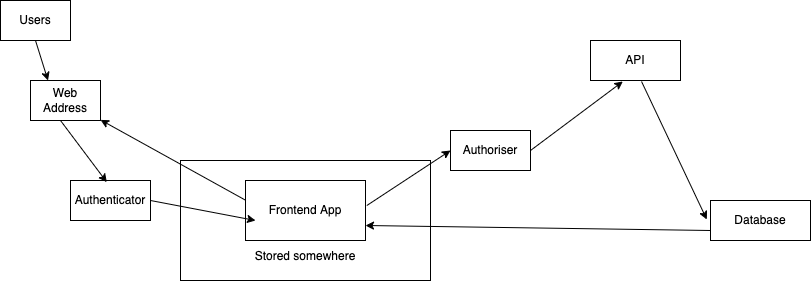
Before: img/react-to-full-stack/react-to-full-stack-basic-architecture.png, a diagram exported from draw.io (MechanicalRock/mechanicalrock.github.io). Source tidied: cells renumbered, new cells last; positions are measured from the earlier drawing's top-left corner, leaving out a move shared by most shapes. The source it was exported from:
```xml
<mxGraphModel>
  <root>
    <mxCell id="0" />
    <mxCell id="1" parent="0" />
    <mxCell id="2" value="Database" style="rounded=0;whiteSpace=wrap;html=1;" parent="1" vertex="1">
      <mxGeometry x="710" y="200" width="100" height="40" as="geometry" />
    </mxCell>
    <mxCell id="3" value="API" style="rounded=0;whiteSpace=wrap;html=1;" parent="1" vertex="1">
      <mxGeometry x="590" y="40" width="90" height="40" as="geometry" />
    </mxCell>
    <mxCell id="4" value="Users" style="rounded=0;whiteSpace=wrap;html=1;" parent="1" vertex="1">
      <mxGeometry width="70" height="40" as="geometry" />
    </mxCell>
    <mxCell id="5" value="&lt;br&gt;&lt;br&gt;&lt;br&gt;&lt;br&gt;&lt;br&gt;Stored somewhere" style="rounded=0;whiteSpace=wrap;html=1;" parent="1" vertex="1">
      <mxGeometry x="180" y="160" width="250" height="120" as="geometry" />
    </mxCell>
    <mxCell id="6" value="Frontend App" style="rounded=0;whiteSpace=wrap;html=1;" parent="1" vertex="1">
      <mxGeometry x="245" y="180" width="120" height="60" as="geometry" />
    </mxCell>
    <mxCell id="7" value="Authenticator" style="rounded=0;whiteSpace=wrap;html=1;" parent="1" vertex="1">
      <mxGeometry x="70" y="180" width="80" height="40" as="geometry" />
    </mxCell>
    <mxCell id="8" value="Authoriser" style="rounded=0;whiteSpace=wrap;html=1;" parent="1" vertex="1">
      <mxGeometry x="450" y="130" width="80" height="40" as="geometry" />
    </mxCell>
    <mxCell id="9" style="endArrow=classic;html=1;rounded=0;exitX=0.5;exitY=1;exitDx=0;exitDy=0;entryX=0.25;entryY=0;entryDx=0;entryDy=0;" parent="1" edge="1" source="4" target="15">
      <mxGeometry relative="1" as="geometry" />
    </mxCell>
    <mxCell id="10" style="endArrow=classic;html=1;rounded=0;exitX=0;exitY=0.328;exitDx=0;exitDy=0;exitPerimeter=0;" parent="1" edge="1" source="6" target="15">
      <mxGeometry relative="1" as="geometry" />
    </mxCell>
    <mxCell id="11" style="endArrow=classic;html=1;rounded=0;exitX=1.011;exitY=0.417;exitDx=0;exitDy=0;entryX=0;entryY=0.5;entryDx=0;entryDy=0;exitPerimeter=0;" parent="1" edge="1" source="6" target="8">
      <mxGeometry relative="1" as="geometry" />
    </mxCell>
    <mxCell id="12" style="endArrow=classic;html=1;rounded=0;exitX=1;exitY=0.5;exitDx=0;exitDy=0;entryX=0.359;entryY=1.025;entryDx=0;entryDy=0;entryPerimeter=0;" parent="1" edge="1" source="8" target="3">
      <mxGeometry relative="1" as="geometry" />
    </mxCell>
    <mxCell id="13" style="endArrow=classic;html=1;rounded=0;exitX=0.567;exitY=1.025;exitDx=0;exitDy=0;entryX=-0.037;entryY=0.475;entryDx=0;entryDy=0;entryPerimeter=0;exitPerimeter=0;" parent="1" edge="1" source="3" target="2">
      <mxGeometry relative="1" as="geometry" />
    </mxCell>
    <mxCell id="14" style="endArrow=classic;html=1;rounded=0;exitX=0;exitY=0.75;exitDx=0;exitDy=0;entryX=1;entryY=0.75;entryDx=0;entryDy=0;" parent="1" edge="1" source="2" target="6">
      <mxGeometry relative="1" as="geometry" />
    </mxCell>
    <mxCell id="15" value="Web Address" style="rounded=0;whiteSpace=wrap;html=1;" parent="1" vertex="1">
      <mxGeometry x="30" y="80" width="70" height="40" as="geometry" />
    </mxCell>
    <mxCell id="16" style="endArrow=classic;html=1;rounded=0;exitX=0.5;exitY=1;exitDx=0;exitDy=0;entryX=0.454;entryY=0.042;entryDx=0;entryDy=0;entryPerimeter=0;" parent="1" edge="1" target="7">
      <mxGeometry relative="1" as="geometry">
        <mxPoint x="60" y="120" as="sourcePoint" />
      </mxGeometry>
    </mxCell>
    <mxCell id="17" style="endArrow=classic;html=1;rounded=0;exitX=1;exitY=0.5;exitDx=0;exitDy=0;entryX=0;entryY=0.5;entryDx=0;entryDy=0;" parent="1" edge="1" source="7">
      <mxGeometry relative="1" as="geometry">
        <mxPoint x="255" y="220" as="targetPoint" />
      </mxGeometry>
    </mxCell>
  </root>
</mxGraphModel>
```
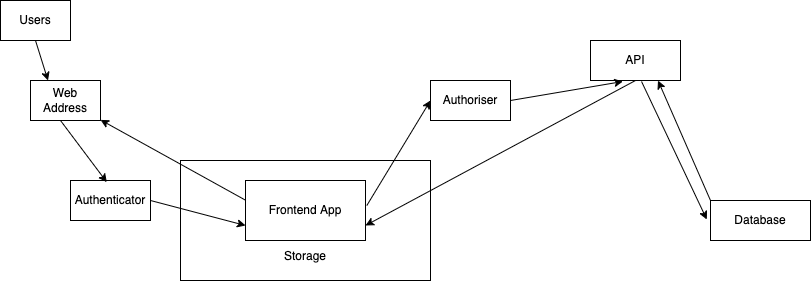
The same file after the commit.

Change to the diagram source:
```diff
@@ -11,7 +11,7 @@
     <mxCell id="4" value="Users" style="rounded=0;whiteSpace=wrap;html=1;" parent="1" vertex="1">
       <mxGeometry width="70" height="40" as="geometry" />
     </mxCell>
-    <mxCell id="5" value="&lt;br&gt;&lt;br&gt;&lt;br&gt;&lt;br&gt;&lt;br&gt;Stored somewhere" style="rounded=0;whiteSpace=wrap;html=1;" parent="1" vertex="1">
+    <mxCell id="5" value="&lt;br&gt;&lt;br&gt;&lt;br&gt;&lt;br&gt;&lt;br&gt;Storage" style="rounded=0;whiteSpace=wrap;html=1;" parent="1" vertex="1">
       <mxGeometry x="180" y="160" width="250" height="120" as="geometry" />
     </mxCell>
     <mxCell id="6" value="Frontend App" style="rounded=0;whiteSpace=wrap;html=1;" parent="1" vertex="1">
@@ -20,9 +20,6 @@
     <mxCell id="7" value="Authenticator" style="rounded=0;whiteSpace=wrap;html=1;" parent="1" vertex="1">
       <mxGeometry x="70" y="180" width="80" height="40" as="geometry" />
     </mxCell>
-    <mxCell id="8" value="Authoriser" style="rounded=0;whiteSpace=wrap;html=1;" parent="1" vertex="1">
-      <mxGeometry x="450" y="130" width="80" height="40" as="geometry" />
-    </mxCell>
     <mxCell id="9" style="endArrow=classic;html=1;rounded=0;exitX=0.5;exitY=1;exitDx=0;exitDy=0;entryX=0.25;entryY=0;entryDx=0;entryDy=0;" parent="1" edge="1" source="4" target="15">
       <mxGeometry relative="1" as="geometry" />
     </mxCell>
@@ -38,7 +35,7 @@
     <mxCell id="13" style="endArrow=classic;html=1;rounded=0;exitX=0.567;exitY=1.025;exitDx=0;exitDy=0;entryX=-0.037;entryY=0.475;entryDx=0;entryDy=0;entryPerimeter=0;exitPerimeter=0;" parent="1" edge="1" source="3" target="2">
       <mxGeometry relative="1" as="geometry" />
     </mxCell>
-    <mxCell id="14" style="endArrow=classic;html=1;rounded=0;exitX=0;exitY=0.75;exitDx=0;exitDy=0;entryX=1;entryY=0.75;entryDx=0;entryDy=0;" parent="1" edge="1" source="2" target="6">
+    <mxCell id="14" style="endArrow=classic;html=1;rounded=0;exitX=0;exitY=0;exitDx=0;exitDy=0;entryX=0.75;entryY=1;entryDx=0;entryDy=0;" parent="1" edge="1" source="2" target="3">
       <mxGeometry relative="1" as="geometry" />
     </mxCell>
     <mxCell id="15" value="Web Address" style="rounded=0;whiteSpace=wrap;html=1;" parent="1" vertex="1">
@@ -49,10 +46,14 @@
         <mxPoint x="60" y="120" as="sourcePoint" />
       </mxGeometry>
     </mxCell>
-    <mxCell id="17" style="endArrow=classic;html=1;rounded=0;exitX=1;exitY=0.5;exitDx=0;exitDy=0;entryX=0;entryY=0.5;entryDx=0;entryDy=0;" parent="1" edge="1" source="7">
-      <mxGeometry relative="1" as="geometry">
-        <mxPoint x="255" y="220" as="targetPoint" />
-      </mxGeometry>
+    <mxCell id="17" style="endArrow=classic;html=1;rounded=0;exitX=1;exitY=0.5;exitDx=0;exitDy=0;entryX=0;entryY=0.75;entryDx=0;entryDy=0;" parent="1" edge="1" source="7" target="6">
+      <mxGeometry relative="1" as="geometry" />
     </mxCell>
+    <mxCell id="8" value="Authoriser" style="rounded=0;whiteSpace=wrap;html=1;" parent="1" vertex="1">
+      <mxGeometry x="430" y="80" width="80" height="40" as="geometry" />
+    </mxCell>
+    <mxCell id="18" style="endArrow=classic;html=1;rounded=0;exitX=0.5;exitY=1;exitDx=0;exitDy=0;entryX=1;entryY=0.75;entryDx=0;entryDy=0;" parent="1" edge="1" source="3" target="6">
+      <mxGeometry relative="1" as="geometry" />
+    </mxCell>
   </root>
 </mxGraphModel>
```
